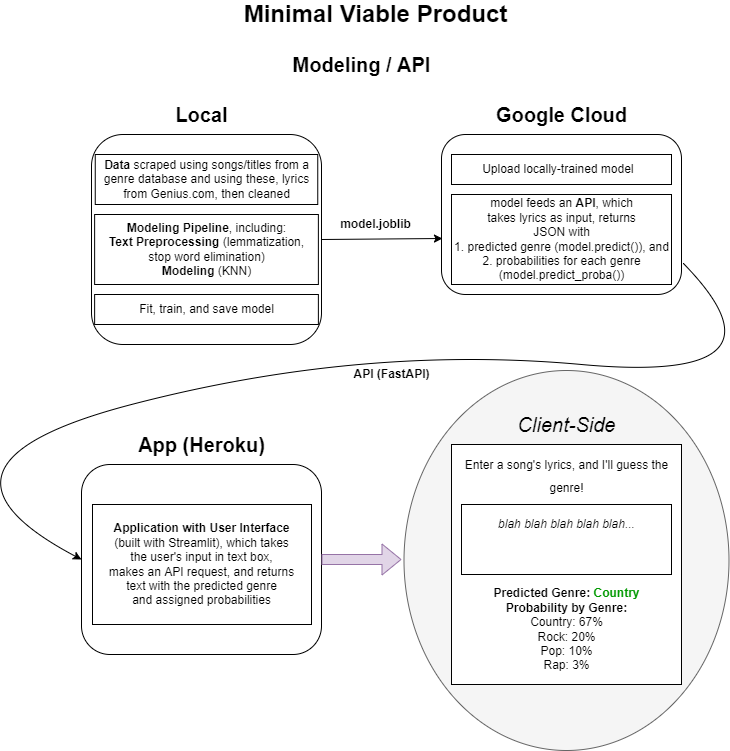
The draw.io diagram productdiagram.png in robpasternak/GenreGuesser, before a commit. Source tidied: cells renumbered, new cells last; positions are measured from the earlier drawing's top-left corner, leaving out a move shared by most shapes.
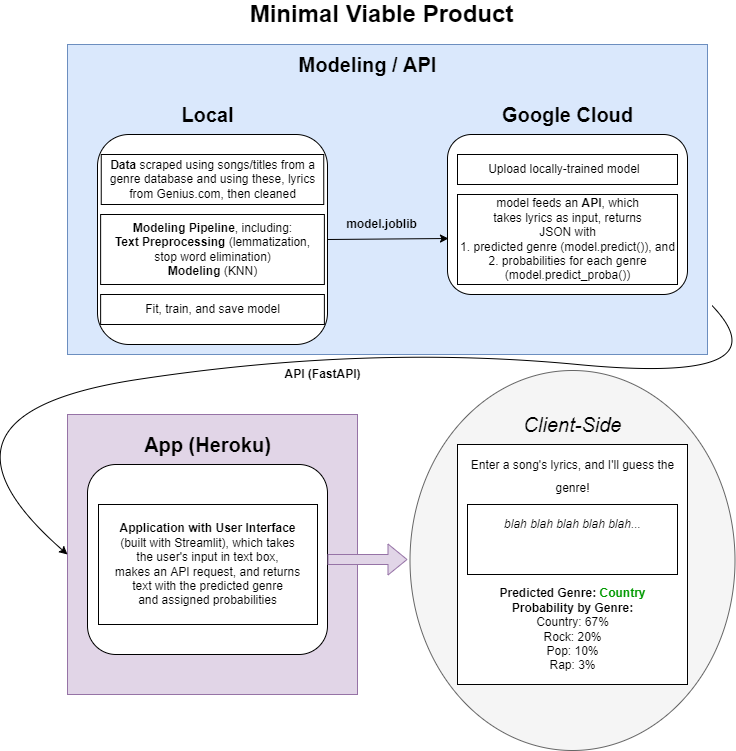
Above is the later version.

Commit message:
Updated product diagram

Change to the diagram source:
```diff
@@ -2,6 +2,12 @@
   <root>
     <mxCell id="0" />
     <mxCell id="1" parent="0" />
+    <mxCell id="34" style="rounded=0;whiteSpace=wrap;html=1;fillColor=#e1d5e7;strokeColor=#9673a6;" parent="1" vertex="1">
+      <mxGeometry x="160" y="410" width="290" height="280" as="geometry" />
+    </mxCell>
+    <mxCell id="35" style="rounded=0;whiteSpace=wrap;html=1;fillColor=#dae8fc;strokeColor=#6c8ebf;" parent="1" vertex="1">
+      <mxGeometry x="160" y="40" width="640" height="310" as="geometry" />
+    </mxCell>
     <mxCell id="2" style="ellipse;whiteSpace=wrap;html=1;fillColor=#f5f5f5;fontColor=#333333;strokeColor=#666666;" parent="1" vertex="1">
       <mxGeometry x="502.5" y="366" width="325" height="380" as="geometry" />
     </mxCell>
@@ -94,17 +100,17 @@
     <mxCell id="31" value="&lt;font style=&quot;font-size: 20px&quot;&gt;&lt;b&gt;App (Heroku)&lt;/b&gt;&lt;br&gt;&lt;/font&gt;" style="text;html=1;align=center;verticalAlign=middle;fillColor=none;strokeColor=none;rounded=0;fontSize=24;" parent="1" vertex="1">
       <mxGeometry x="230" y="420" width="140" height="40" as="geometry" />
     </mxCell>
-    <mxCell id="32" style="curved=1;endArrow=classic;html=1;rounded=0;exitX=1.008;exitY=0.806;exitDx=0;exitDy=0;entryX=0;entryY=0.5;entryDx=0;entryDy=0;exitPerimeter=0;" parent="1" edge="1" source="12" target="17">
+    <mxCell id="32" style="curved=1;endArrow=classic;html=1;rounded=0;exitX=1.007;exitY=0.842;exitDx=0;exitDy=0;entryX=0;entryY=0.5;entryDx=0;entryDy=0;exitPerimeter=0;" parent="1" edge="1" source="35" target="34">
       <mxGeometry relative="1" as="geometry">
         <Array as="points">
-          <mxPoint x="900" y="380" />
+          <mxPoint x="880" y="380" />
           <mxPoint x="460" y="340" />
-          <mxPoint y="460" />
+          <mxPoint y="410" />
         </Array>
       </mxGeometry>
     </mxCell>
     <mxCell id="33" value="&lt;b&gt;API (FastAPI)&lt;/b&gt;" style="text;html=1;align=center;verticalAlign=middle;fillColor=none;strokeColor=none;rounded=0;" parent="1" vertex="1">
-      <mxGeometry x="445" y="360" width="90" height="20" as="geometry" />
+      <mxGeometry x="370" y="360" width="90" height="20" as="geometry" />
     </mxCell>
   </root>
 </mxGraphModel>
```
